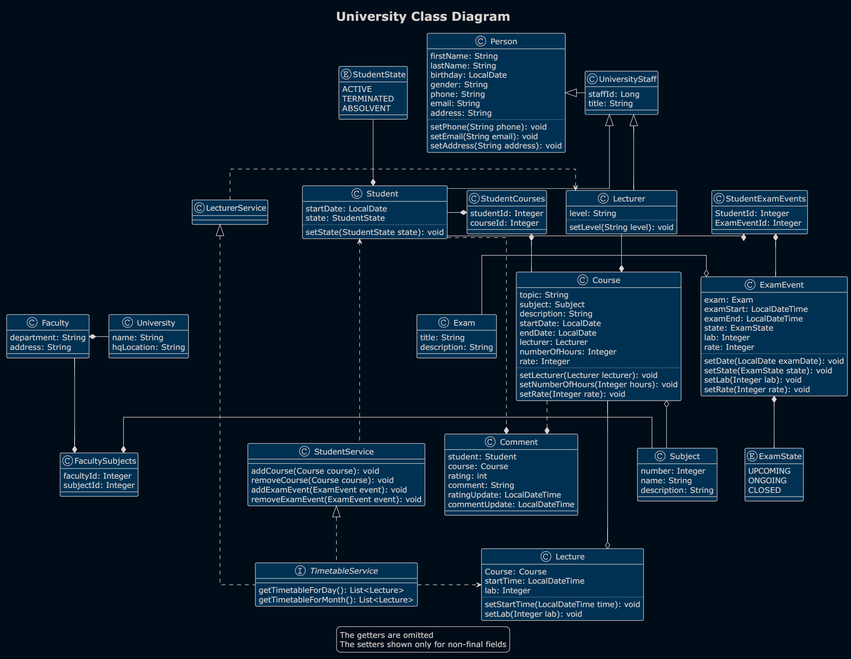
This is src/main/resources/diagrams/University.png from RomaEcho/University, a PlantUML export, as it was before one commit. Its source is kept beside it as src/main/resources/diagrams/University.puml.
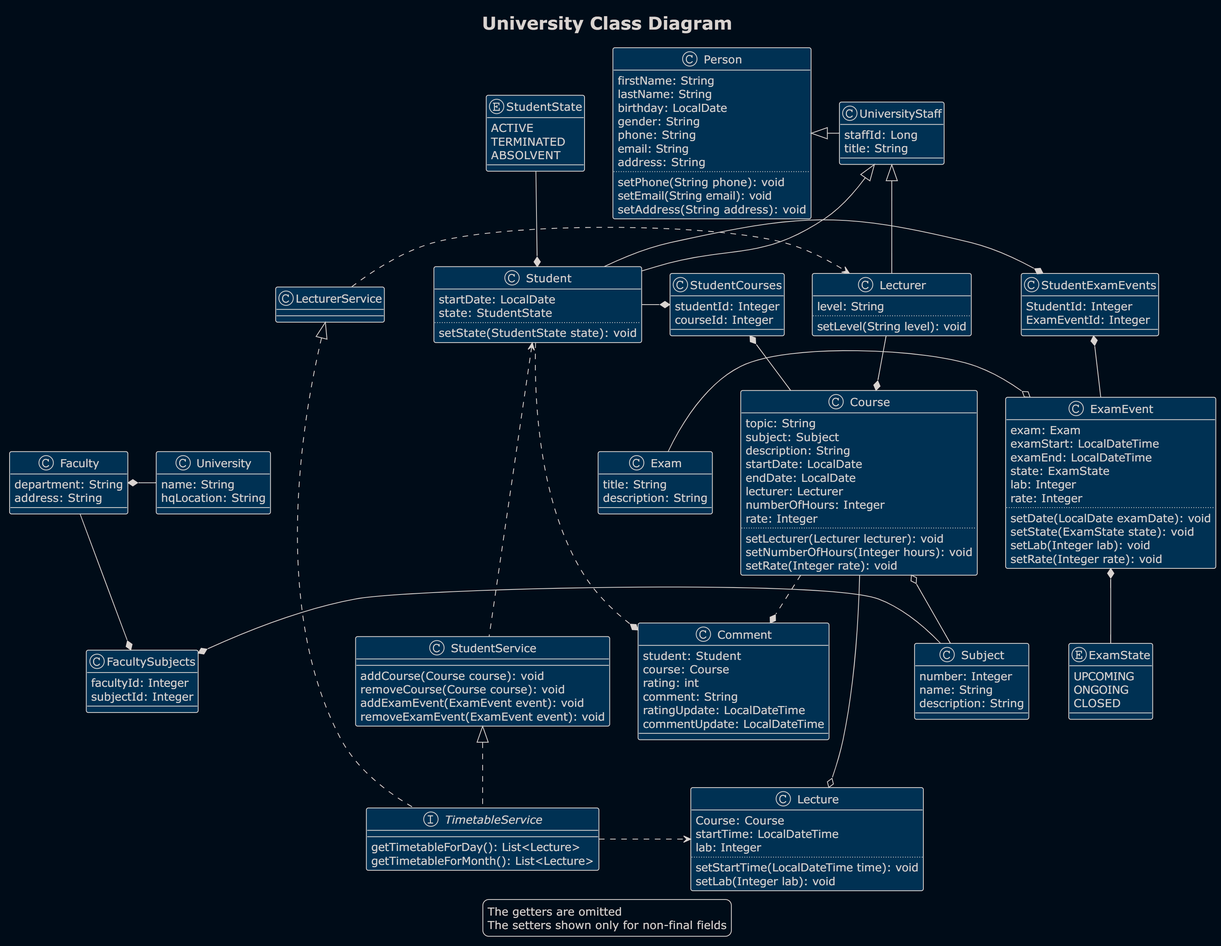
The same diagram one commit later.

Change to the diagram source:
```diff
@@ -1,12 +1,11 @@
 @startuml
 !theme blueprint
 skinparam BackgroundColor #000c18
-skinparam linetype ortho
 
 title University Class Diagram
 class Person {
     firstName: String
-    lastName: String
+    lastName: String2022-09-02-15-49-22.png
     birthday: LocalDate
     gender: String
     phone: String
@@ -142,7 +141,7 @@
 Course o-- Subject
 Faculty --* FacultySubjects
 Subject -left-* FacultySubjects
-University -left* Faculty2022-08-31-15-24-06.png
+University -left* Faculty
 Student <... StudentService
 Student ..* Comment
 Course ..* Comment
```
